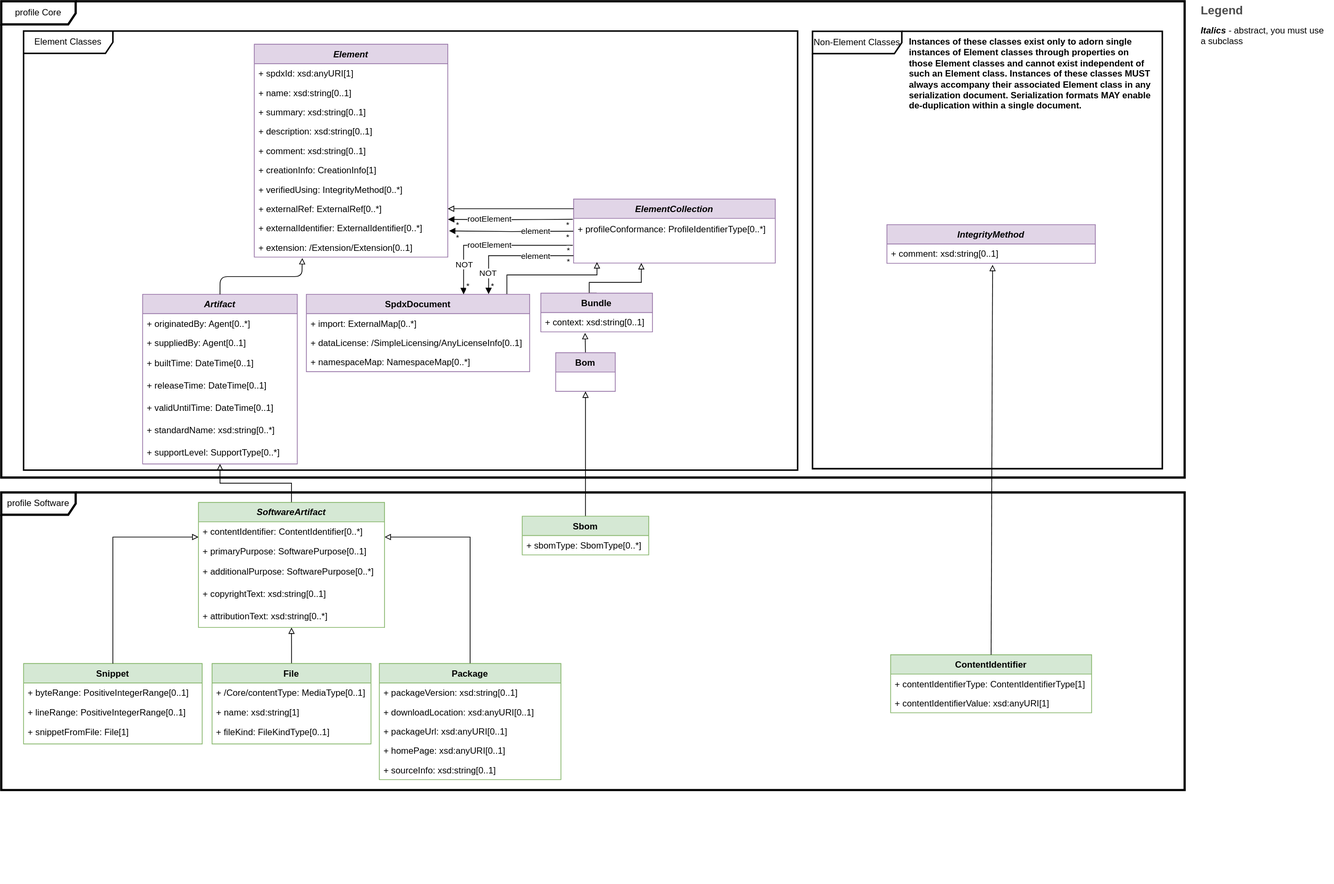
Earlier version of the draw.io export images/model-software.svg (spdx/spdx-3-model). Source tidied: cells renumbered, new cells last; positions are measured from the earlier drawing's top-left corner, leaving out a move shared by most shapes.
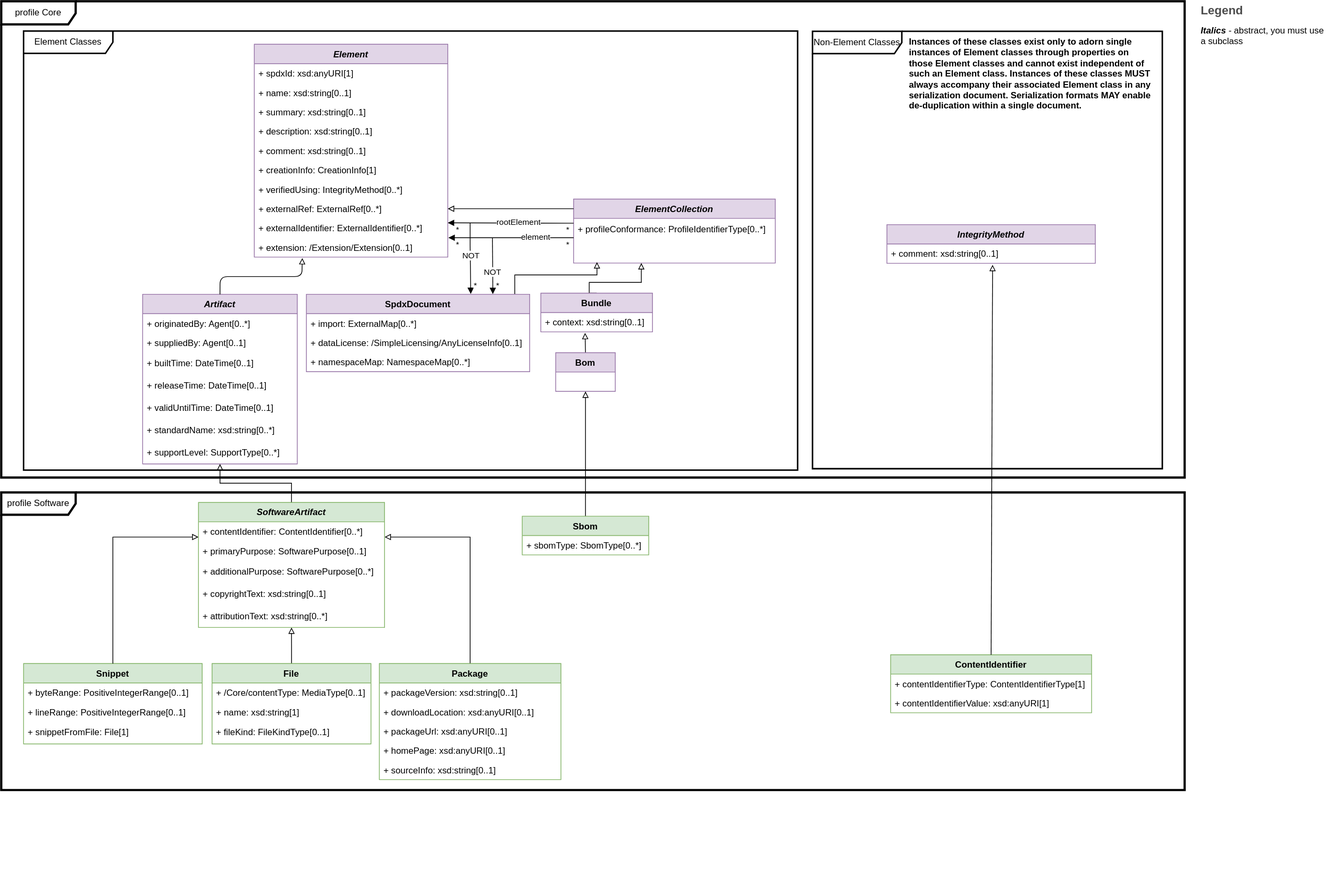
The same diagram one commit later.

Diff of the diagram source:
```diff
@@ -98,25 +98,27 @@
     <mxCell id="30" style="edgeStyle=orthogonalEdgeStyle;rounded=0;jettySize=auto;html=1;startSize=6;endArrow=block;endFill=0;endSize=6;exitX=0.5;exitY=0;exitDx=0;exitDy=0;" parent="1" edge="1" source="72" target="16">
       <mxGeometry relative="1" as="geometry" />
     </mxCell>
-    <mxCell id="31" style="edgeStyle=orthogonalEdgeStyle;rounded=0;orthogonalLoop=1;jettySize=auto;html=1;endArrow=block;endFill=1;entryX=1.001;entryY=0.397;entryDx=0;entryDy=0;entryPerimeter=0;exitX=-0.004;exitY=0.14;exitDx=0;exitDy=0;exitPerimeter=0;" parent="1" edge="1">
+    <mxCell id="31" style="edgeStyle=orthogonalEdgeStyle;rounded=0;jettySize=auto;html=1;endArrow=block;endFill=1;exitX=0;exitY=0.214;exitDx=0;exitDy=0;exitPerimeter=0;" parent="1" edge="1" source="25">
       <mxGeometry relative="1" as="geometry">
-        <mxPoint x="767.9" y="293.2" as="sourcePoint" />
-        <mxPoint x="600.3" y="293.3" as="targetPoint" />
+        <mxPoint x="600" y="298" as="targetPoint" />
+        <Array as="points">
+          <mxPoint x="768" y="298" />
+        </Array>
       </mxGeometry>
     </mxCell>
     <mxCell id="32" value="*" style="edgeLabel;html=1;align=center;verticalAlign=middle;" parent="31" vertex="1">
       <mxGeometry x="-0.9" y="4" relative="1" as="geometry">
-        <mxPoint x="1" y="4" as="offset" />
+        <mxPoint y="4" as="offset" />
       </mxGeometry>
     </mxCell>
     <mxCell id="33" value="*" style="edgeLabel;html=1;align=center;verticalAlign=middle;" parent="31" vertex="1">
       <mxGeometry x="0.87" y="1" relative="1" as="geometry">
-        <mxPoint x="2" y="6" as="offset" />
+        <mxPoint x="2" y="8" as="offset" />
       </mxGeometry>
     </mxCell>
     <mxCell id="34" value="rootElement" style="edgeLabel;html=1;align=center;verticalAlign=middle;" parent="31" vertex="1">
       <mxGeometry x="0.08" y="-2" relative="1" as="geometry">
-        <mxPoint x="-22" y="1" as="offset" />
+        <mxPoint x="17" y="1" as="offset" />
       </mxGeometry>
     </mxCell>
     <mxCell id="35" value="Snippet" style="swimlane;fontStyle=1;horizontal=1;startSize=26;fillColor=#d5e8d4;strokeColor=#82b366;" parent="1" vertex="1">
@@ -192,20 +194,22 @@
     <mxCell id="54" value="+ sbomType: SbomType[0..*]" style="text;strokeColor=none;fillColor=none;align=left;verticalAlign=top;spacingLeft=4;spacingRight=4;overflow=hidden;whiteSpace=wrap;html=1;" parent="53" vertex="1">
       <mxGeometry y="26" width="170" height="26" as="geometry" />
     </mxCell>
-    <mxCell id="55" style="edgeStyle=orthogonalEdgeStyle;rounded=0;orthogonalLoop=1;jettySize=auto;html=1;endArrow=block;endFill=1;entryX=1.006;entryY=0.915;entryDx=0;entryDy=0;entryPerimeter=0;exitX=-0.002;exitY=0.807;exitDx=0;exitDy=0;exitPerimeter=0;" parent="1" edge="1">
+    <mxCell id="55" style="edgeStyle=orthogonalEdgeStyle;rounded=0;jettySize=auto;html=1;endArrow=block;endFill=1;entryX=1.003;entryY=0;entryDx=0;entryDy=0;entryPerimeter=0;exitX=0;exitY=0.867;exitDx=0;exitDy=0;exitPerimeter=0;" parent="1" edge="1" source="25" target="15">
       <mxGeometry x="-0.19" relative="1" as="geometry">
-        <mxPoint x="768.5" y="309.2" as="sourcePoint" />
-        <mxPoint x="601.6" y="308.8" as="targetPoint" />
+        <Array as="points">
+          <mxPoint x="640" y="318" />
+          <mxPoint x="640" y="318" />
+        </Array>
       </mxGeometry>
     </mxCell>
     <mxCell id="56" value="*" style="edgeLabel;html=1;align=center;verticalAlign=middle;labelBackgroundColor=none;" parent="55" vertex="1">
       <mxGeometry x="0.79" y="-3" relative="1" as="geometry">
-        <mxPoint x="-7" y="12" as="offset" />
+        <mxPoint x="-6" y="12" as="offset" />
       </mxGeometry>
     </mxCell>
     <mxCell id="57" value="*" style="edgeLabel;html=1;align=center;verticalAlign=middle;" parent="55" vertex="1">
       <mxGeometry x="-0.9" relative="1" as="geometry">
-        <mxPoint x="0.8" y="8" as="offset" />
+        <mxPoint y="9" as="offset" />
       </mxGeometry>
     </mxCell>
     <mxCell id="58" value="element" style="edgeLabel;html=1;align=center;verticalAlign=middle;" parent="55" vertex="1">
@@ -239,7 +243,8 @@
     <mxCell id="65" style="edgeStyle=orthogonalEdgeStyle;rounded=0;jettySize=auto;html=1;endArrow=block;endFill=0;exitX=0.898;exitY=0.01;exitDx=0;exitDy=0;exitPerimeter=0;entryX=0.116;entryY=0.959;entryDx=0;entryDy=0;entryPerimeter=0;" parent="1" edge="1" source="66" target="26">
       <mxGeometry relative="1" as="geometry">
         <Array as="points">
-          <mxPoint x="679" y="368" />
+          <mxPoint x="690" y="395" />
+          <mxPoint x="690" y="368" />
           <mxPoint x="800" y="368" />
         </Array>
       </mxGeometry>
@@ -284,54 +289,41 @@
     <mxCell id="77" value="+ attributionText: xsd:string[0..*]" style="text;strokeColor=none;fillColor=none;align=left;verticalAlign=middle;spacingLeft=4;spacingRight=4;overflow=hidden;whiteSpace=wrap;html=1;" parent="72" vertex="1">
       <mxGeometry y="138" width="250" height="30" as="geometry" />
     </mxCell>
-    <mxCell id="78" style="edgeStyle=orthogonalEdgeStyle;rounded=0;jettySize=auto;html=1;endArrow=block;endFill=1;exitX=-0.004;exitY=0.207;exitDx=0;exitDy=0;exitPerimeter=0;entryX=0.704;entryY=0;entryDx=0;entryDy=0;entryPerimeter=0;" parent="1" edge="1" source="26" target="66">
+    <mxCell id="78" style="edgeStyle=orthogonalEdgeStyle;rounded=0;jettySize=auto;html=1;endArrow=block;endFill=1;entryX=0.736;entryY=-0.004;entryDx=0;entryDy=0;entryPerimeter=0;" parent="1" edge="1" target="66">
       <mxGeometry relative="1" as="geometry">
+        <mxPoint x="630" y="298" as="sourcePoint" />
         <Array as="points">
-          <mxPoint x="621" y="328" />
+          <mxPoint x="630" y="328" />
+          <mxPoint x="630" y="394" />
         </Array>
       </mxGeometry>
     </mxCell>
     <mxCell id="79" value="NOT" style="edgeLabel;html=1;align=center;verticalAlign=middle;" parent="78" vertex="1">
-      <mxGeometry x="0.63" y="1" relative="1" as="geometry" />
+      <mxGeometry x="0.63" y="1" relative="1" as="geometry">
+        <mxPoint x="-1" y="-34" as="offset" />
+      </mxGeometry>
     </mxCell>
-    <mxCell id="80" value="rootElement" style="edgeLabel;html=1;align=center;verticalAlign=middle;" parent="78" vertex="1">
-      <mxGeometry x="0.22" relative="1" as="geometry">
-        <mxPoint x="18" as="offset" />
-      </mxGeometry>
-    </mxCell>
-    <mxCell id="81" value="&lt;div&gt;*&lt;/div&gt;" style="edgeLabel;html=1;align=center;verticalAlign=middle;" parent="78" vertex="1">
-      <mxGeometry x="-0.94" y="1" relative="1" as="geometry">
-        <mxPoint y="6" as="offset" />
-      </mxGeometry>
-    </mxCell>
     <mxCell id="82" value="*" style="edgeLabel;html=1;align=center;verticalAlign=middle;" parent="78" vertex="1">
       <mxGeometry x="0.88" y="1" relative="1" as="geometry">
-        <mxPoint x="5" y="2" as="offset" />
+        <mxPoint x="5" y="-6" as="offset" />
       </mxGeometry>
     </mxCell>
-    <mxCell id="83" style="edgeStyle=orthogonalEdgeStyle;rounded=0;jettySize=auto;html=1;endArrow=block;endFill=1;entryX=0.816;entryY=-0.002;entryDx=0;entryDy=0;entryPerimeter=0;exitX=-0.001;exitY=0.669;exitDx=0;exitDy=0;exitPerimeter=0;" parent="1" edge="1" source="26" target="66">
+    <mxCell id="83" style="edgeStyle=orthogonalEdgeStyle;rounded=0;jettySize=auto;html=1;endArrow=block;endFill=1;entryX=0.835;entryY=-0.002;entryDx=0;entryDy=0;entryPerimeter=0;" parent="1" edge="1" target="66">
       <mxGeometry x="0.66" relative="1" as="geometry">
+        <mxPoint x="660" y="318" as="sourcePoint" />
         <Array as="points">
-          <mxPoint x="655" y="342" />
+          <mxPoint x="661" y="318" />
         </Array>
       </mxGeometry>
     </mxCell>
     <mxCell id="84" value="*" style="edgeLabel;html=1;align=center;verticalAlign=middle;labelBackgroundColor=none;" parent="83" vertex="1">
       <mxGeometry x="0.79" y="-3" relative="1" as="geometry">
-        <mxPoint x="8" y="7" as="offset" />
+        <mxPoint x="9" y="-4" as="offset" />
       </mxGeometry>
     </mxCell>
-    <mxCell id="85" value="*" style="edgeLabel;html=1;align=center;verticalAlign=middle;" parent="83" vertex="1">
-      <mxGeometry x="-0.9" relative="1" as="geometry">
-        <mxPoint x="1" y="8" as="offset" />
-      </mxGeometry>
-    </mxCell>
-    <mxCell id="86" value="element" style="edgeLabel;html=1;align=center;verticalAlign=middle;" parent="83" vertex="1">
-      <mxGeometry x="-0.38" y="1" relative="1" as="geometry" />
-    </mxCell>
     <mxCell id="87" value="NOT" style="edgeLabel;html=1;align=center;verticalAlign=middle;" parent="83" vertex="1">
       <mxGeometry x="0.64" y="-1" relative="1" as="geometry">
-        <mxPoint y="2" as="offset" />
+        <mxPoint y="-16" as="offset" />
       </mxGeometry>
     </mxCell>
     <mxCell id="88" value="ContentIdentifier" style="swimlane;fontStyle=1;horizontal=1;startSize=26;fillColor=#d5e8d4;strokeColor=#82b366;" parent="1" vertex="1">
```
